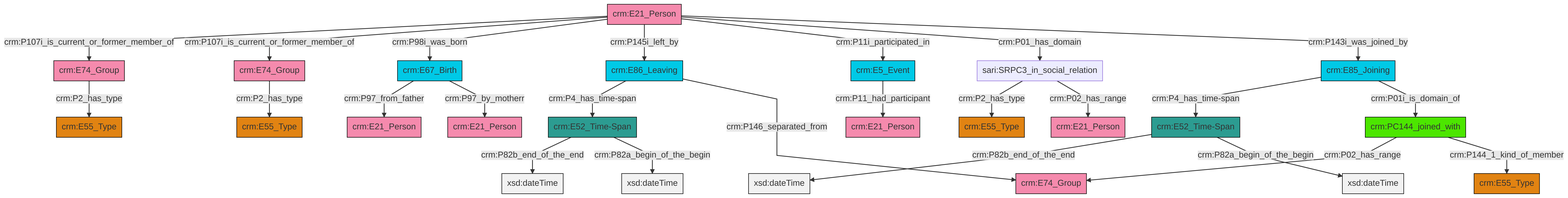
The Mermaid diagram et/personCSV/ttl/mmd/png/Person_Actor_Relations.png in swiss-art-research-net/docs.swissartresearch, before a commit. Its source is kept beside it as et/personCSV/ttl/mmd/Person_Actor_Relations.ttl.mmd.
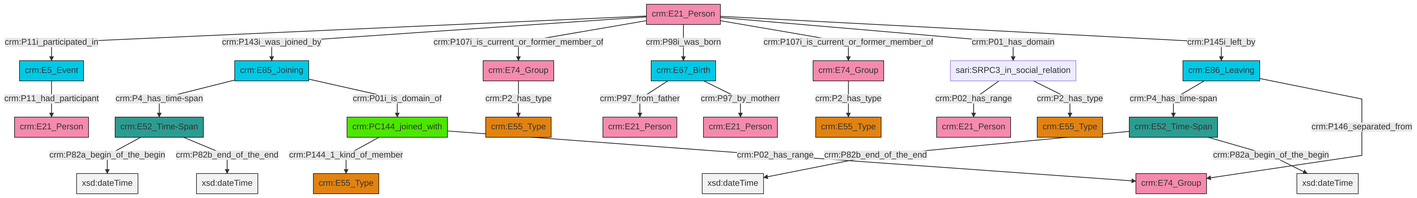
The same diagram one commit later.

Change to the diagram source:
```diff
@@ -13,27 +13,27 @@
 classDef PC_Classes fill:#4ce600, stroke:#000000;
 classDef Multi fill:#cccccc,stroke:#000000;
 
-0["crm:E52_Time-Span"]:::Time-Span -->|crm:P82b_end_of_the_end| 2[xsd:dateTime]:::Literal
-3["crm:E85_Joining"]:::Temporal_Entity -->|crm:P4_has_time-span| 4["crm:E52_Time-Span"]:::Time-Span
-5["sari:SRPC3_in_social_relation"]:::Default -->|crm:P2_has_type| 6["crm:E55_Type"]:::Type
-7["crm:E5_Event"]:::Temporal_Entity -->|crm:P11_had_participant| 8["crm:E21_Person"]:::Actor
-16["crm:E86_Leaving"]:::Temporal_Entity -->|crm:P4_has_time-span| 0["crm:E52_Time-Span"]:::Time-Span
-17["crm:PC144_joined_with"]:::PC_Classes -->|crm:P02_has_range| 9["crm:E74_Group"]:::Actor
-4["crm:E52_Time-Span"]:::Time-Span -->|crm:P82b_end_of_the_end| 19[xsd:dateTime]:::Literal
-22["crm:E67_Birth"]:::Temporal_Entity -->|crm:P97_from_father| 28["crm:E21_Person"]:::Actor
-0["crm:E52_Time-Span"]:::Time-Span -->|crm:P82a_begin_of_the_begin| 32[xsd:dateTime]:::Literal
-22["crm:E67_Birth"]:::Temporal_Entity -->|crm:P97_by_motherr| 24["crm:E21_Person"]:::Actor
-3["crm:E85_Joining"]:::Temporal_Entity -->|crm:P01i_is_domain_of| 17["crm:PC144_joined_with"]:::PC_Classes
-33["crm:E21_Person"]:::Actor -->|crm:P107i_is_current_or_former_member_of| 14["crm:E74_Group"]:::Actor
-4["crm:E52_Time-Span"]:::Time-Span -->|crm:P82a_begin_of_the_begin| 37[xsd:dateTime]:::Literal
-33["crm:E21_Person"]:::Actor -->|crm:P107i_is_current_or_former_member_of| 11["crm:E74_Group"]:::Actor
-16["crm:E86_Leaving"]:::Temporal_Entity -->|crm:P146_separated_from| 9["crm:E74_Group"]:::Actor
-33["crm:E21_Person"]:::Actor -->|crm:P98i_was_born| 22["crm:E67_Birth"]:::Temporal_Entity
-33["crm:E21_Person"]:::Actor -->|crm:P145i_left_by| 16["crm:E86_Leaving"]:::Temporal_Entity
-14["crm:E74_Group"]:::Actor -->|crm:P2_has_type| 30["crm:E55_Type"]:::Type
-33["crm:E21_Person"]:::Actor -->|crm:P11i_participated_in| 7["crm:E5_Event"]:::Temporal_Entity
-11["crm:E74_Group"]:::Actor -->|crm:P2_has_type| 20["crm:E55_Type"]:::Type
-17["crm:PC144_joined_with"]:::PC_Classes -->|crm:P144_1_kind_of_member| 40["crm:E55_Type"]:::Type
-33["crm:E21_Person"]:::Actor -->|crm:P01_has_domain| 5["sari:SRPC3_in_social_relation"]:::Default
-33["crm:E21_Person"]:::Actor -->|crm:P143i_was_joined_by| 3["crm:E85_Joining"]:::Temporal_Entity
-5["sari:SRPC3_in_social_relation"]:::Default -->|crm:P02_has_range| 26["crm:E21_Person"]:::Actor
+0["crm:E86_Leaving"]:::Temporal_Entity -->|crm:P4_has_time-span| 1["crm:E52_Time-Span"]:::Time-Span
+4["crm:E21_Person"]:::Actor -->|crm:P11i_participated_in| 5["crm:E5_Event"]:::Temporal_Entity
+0["crm:E86_Leaving"]:::Temporal_Entity -->|crm:P146_separated_from| 14["crm:E74_Group"]:::Actor
+15["crm:E74_Group"]:::Actor -->|crm:P2_has_type| 16["crm:E55_Type"]:::Type
+4["crm:E21_Person"]:::Actor -->|crm:P143i_was_joined_by| 12["crm:E85_Joining"]:::Temporal_Entity
+12["crm:E85_Joining"]:::Temporal_Entity -->|crm:P4_has_time-span| 19["crm:E52_Time-Span"]:::Time-Span
+20["sari:SRPC3_in_social_relation"]:::Default -->|crm:P02_has_range| 21["crm:E21_Person"]:::Actor
+22["crm:E67_Birth"]:::Temporal_Entity -->|crm:P97_from_father| 6["crm:E21_Person"]:::Actor
+5["crm:E5_Event"]:::Temporal_Entity -->|crm:P11_had_participant| 23["crm:E21_Person"]:::Actor
+1["crm:E52_Time-Span"]:::Time-Span -->|crm:P82b_end_of_the_end| 26[xsd:dateTime]:::Literal
+27["crm:E74_Group"]:::Actor -->|crm:P2_has_type| 10["crm:E55_Type"]:::Type
+20["sari:SRPC3_in_social_relation"]:::Default -->|crm:P2_has_type| 2["crm:E55_Type"]:::Type
+4["crm:E21_Person"]:::Actor -->|crm:P107i_is_current_or_former_member_of| 27["crm:E74_Group"]:::Actor
+4["crm:E21_Person"]:::Actor -->|crm:P98i_was_born| 22["crm:E67_Birth"]:::Temporal_Entity
+1["crm:E52_Time-Span"]:::Time-Span -->|crm:P82a_begin_of_the_begin| 32[xsd:dateTime]:::Literal
+12["crm:E85_Joining"]:::Temporal_Entity -->|crm:P01i_is_domain_of| 30["crm:PC144_joined_with"]:::PC_Classes
+30["crm:PC144_joined_with"]:::PC_Classes -->|crm:P144_1_kind_of_member| 28["crm:E55_Type"]:::Type
+4["crm:E21_Person"]:::Actor -->|crm:P107i_is_current_or_former_member_of| 15["crm:E74_Group"]:::Actor
+4["crm:E21_Person"]:::Actor -->|crm:P01_has_domain| 20["sari:SRPC3_in_social_relation"]:::Default
+19["crm:E52_Time-Span"]:::Time-Span -->|crm:P82a_begin_of_the_begin| 41[xsd:dateTime]:::Literal
+22["crm:E67_Birth"]:::Temporal_Entity -->|crm:P97_by_motherr| 8["crm:E21_Person"]:::Actor
+30["crm:PC144_joined_with"]:::PC_Classes -->|crm:P02_has_range| 14["crm:E74_Group"]:::Actor
+4["crm:E21_Person"]:::Actor -->|crm:P145i_left_by| 0["crm:E86_Leaving"]:::Temporal_Entity
+19["crm:E52_Time-Span"]:::Time-Span -->|crm:P82b_end_of_the_end| 45[xsd:dateTime]:::Literal
```
